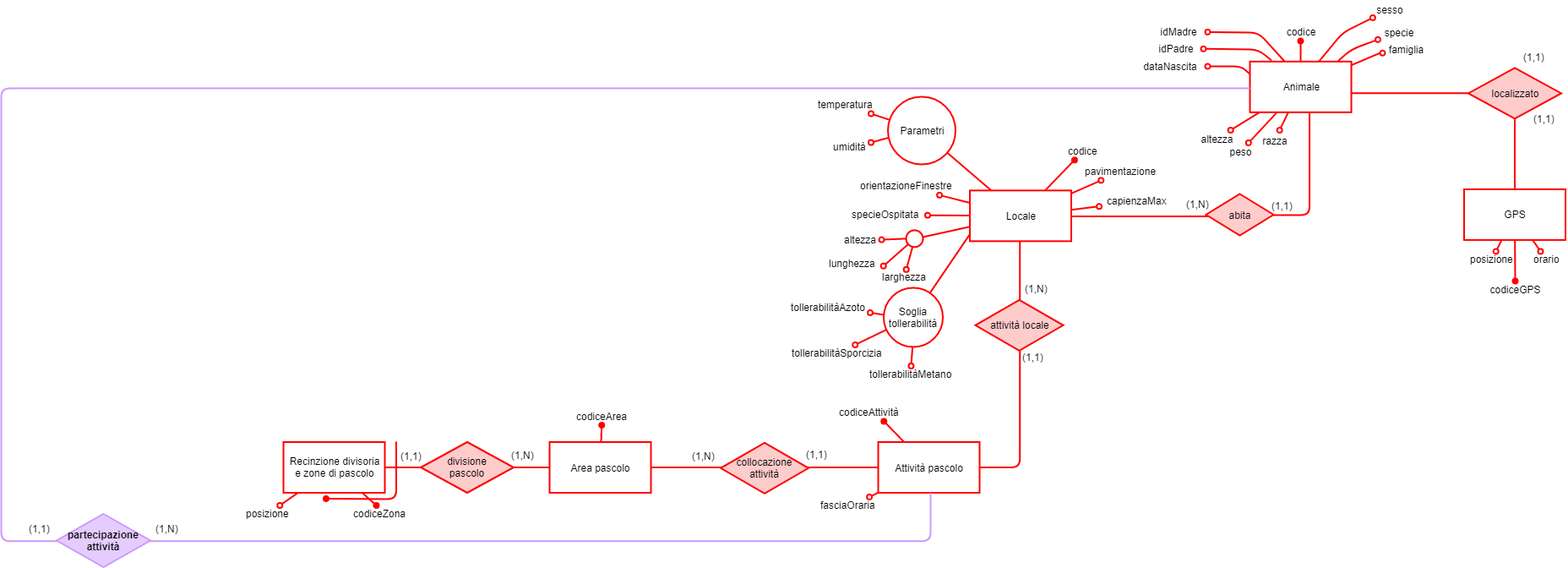
Above: operazioni/schemi_parziali/operazione-8.png in glmquint/Farmhouse (draw.io), before the change. Source tidied: cells renumbered, new cells last; positions are measured from the earlier drawing's top-left corner, leaving out a move shared by most shapes.
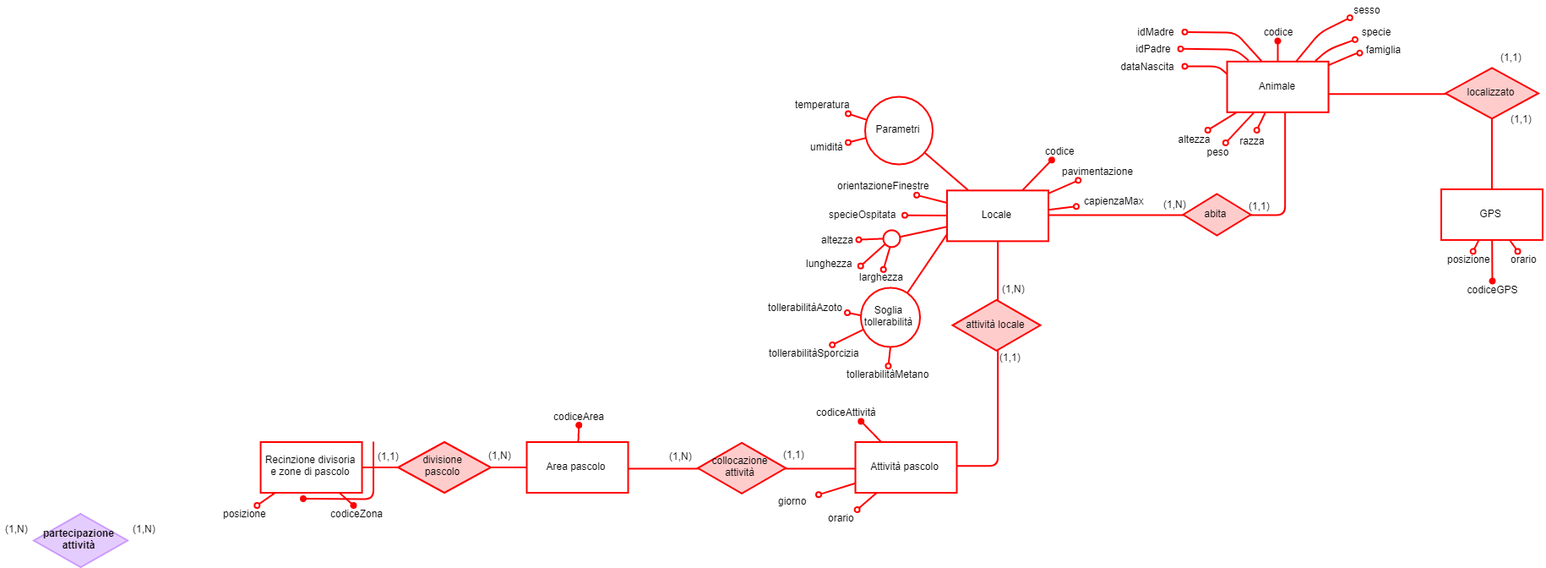
Above is the later version.

Change to the diagram source:
```diff
@@ -300,8 +300,8 @@
     <mxCell id="84" style="edgeStyle=none;rounded=1;jettySize=auto;html=1;endArrow=oval;endFill=1;strokeColor=#FF0000;strokeWidth=2;" parent="1" edge="1" source="87" target="83">
       <mxGeometry relative="1" as="geometry" />
     </mxCell>
-    <mxCell id="85" value="fasciaOraria" style="text;html=1;points=[];align=left;verticalAlign=top;spacingTop=-4;" parent="1" vertex="1">
-      <mxGeometry x="967.5" y="587.5" width="80" height="20" as="geometry" />
+    <mxCell id="85" value="giorno" style="text;html=1;points=[];align=left;verticalAlign=top;spacingTop=-4;" parent="1" vertex="1">
+      <mxGeometry x="944.5" y="582.5" width="50" height="20" as="geometry" />
     </mxCell>
     <mxCell id="86" style="edgeStyle=none;rounded=1;jettySize=auto;html=1;endArrow=oval;endFill=0;strokeColor=#FF0000;strokeWidth=2;" parent="1" edge="1" source="87" target="85">
       <mxGeometry relative="1" as="geometry" />
@@ -309,87 +309,78 @@
     <mxCell id="87" value="Attività pascolo" style="rounded=0;whiteSpace=wrap;html=1;align=center;strokeColor=#FF0000;strokeWidth=2;" parent="1" vertex="1">
       <mxGeometry x="1038" y="522.5" width="120" height="60" as="geometry" />
     </mxCell>
-    <mxCell id="88" style="edgeStyle=orthogonalEdgeStyle;rounded=1;jettySize=auto;html=1;endArrow=none;endFill=0;strokeColor=#CC99FF;strokeWidth=2;" parent="1" edge="1" source="87" target="6">
+    <mxCell id="88" style="rounded=1;comic=0;jumpSize=11;jettySize=auto;html=1;startArrow=none;startFill=0;endArrow=none;endFill=0;strokeColor=#FF0000;strokeWidth=2;edgeStyle=orthogonalEdgeStyle;" parent="1" edge="1" source="5" target="87">
       <mxGeometry relative="1" as="geometry">
         <Array as="points">
-          <mxPoint x="1100" y="640" />
+          <mxPoint x="967.5" y="553" />
+          <mxPoint x="967.5" y="553" />
         </Array>
       </mxGeometry>
     </mxCell>
-    <mxCell id="89" style="rounded=1;comic=0;jumpSize=11;jettySize=auto;html=1;startArrow=none;startFill=0;endArrow=none;endFill=0;strokeColor=#FF0000;strokeWidth=2;edgeStyle=orthogonalEdgeStyle;" parent="1" edge="1" source="5" target="87">
-      <mxGeometry relative="1" as="geometry">
-        <Array as="points">
-          <mxPoint x="967.5" y="553" />
-          <mxPoint x="967.5" y="553" />
-        </Array>
-      </mxGeometry>
+    <mxCell id="89" value="(1,1)&lt;br&gt;" style="text;html=1;align=center;verticalAlign=top;spacingTop=-4;" parent="1" vertex="1">
+      <mxGeometry x="945.1" y="528" width="40" height="20" as="geometry" />
     </mxCell>
-    <mxCell id="90" value="(1,1)&lt;br&gt;" style="text;html=1;align=center;verticalAlign=top;spacingTop=-4;" parent="1" vertex="1">
-      <mxGeometry x="945.1" y="528" width="40" height="20" as="geometry" />
+    <mxCell id="90" value="(1,N)" style="text;html=1;align=center;verticalAlign=top;spacingTop=-4;" parent="1" vertex="1">
+      <mxGeometry x="811.5" y="530" width="40" height="20" as="geometry" />
     </mxCell>
-    <mxCell id="91" value="(1,N)" style="text;html=1;align=center;verticalAlign=top;spacingTop=-4;" parent="1" vertex="1">
-      <mxGeometry x="811.5" y="530" width="40" height="20" as="geometry" />
+    <mxCell id="91" style="edgeStyle=orthogonalEdgeStyle;rounded=1;jettySize=auto;html=1;endArrow=none;endFill=0;strokeColor=#FF0000;strokeWidth=2;" parent="1" edge="1" source="5" target="4">
+      <mxGeometry relative="1" as="geometry">
+        <Array as="points">
+          <mxPoint x="827.5" y="553" />
+          <mxPoint x="827.5" y="553" />
+        </Array>
+      </mxGeometry>
     </mxCell>
-    <mxCell id="92" style="edgeStyle=orthogonalEdgeStyle;rounded=1;jettySize=auto;html=1;endArrow=none;endFill=0;strokeColor=#FF0000;strokeWidth=2;" parent="1" edge="1" source="5" target="4">
-      <mxGeometry relative="1" as="geometry">
-        <Array as="points">
-          <mxPoint x="827.5" y="553" />
-          <mxPoint x="827.5" y="553" />
-        </Array>
-      </mxGeometry>
+    <mxCell id="92" value="codiceArea" style="text;html=1;points=[];align=center;verticalAlign=top;spacingTop=-4;" parent="1" vertex="1">
+      <mxGeometry x="671" y="482.5" width="80" height="20" as="geometry" />
     </mxCell>
-    <mxCell id="93" value="codiceArea" style="text;html=1;points=[];align=center;verticalAlign=top;spacingTop=-4;" parent="1" vertex="1">
-      <mxGeometry x="671" y="482.5" width="80" height="20" as="geometry" />
+    <mxCell id="93" style="edgeStyle=none;rounded=1;jettySize=auto;html=1;endArrow=oval;endFill=1;strokeColor=#FF0000;strokeWidth=2;" parent="1" edge="1" source="4" target="92">
+      <mxGeometry relative="1" as="geometry" />
     </mxCell>
-    <mxCell id="94" style="edgeStyle=none;rounded=1;jettySize=auto;html=1;endArrow=oval;endFill=1;strokeColor=#FF0000;strokeWidth=2;" parent="1" edge="1" source="4" target="93">
-      <mxGeometry relative="1" as="geometry" />
+    <mxCell id="94" value="(1,N)&lt;br&gt;" style="text;html=1;align=center;verticalAlign=top;spacingTop=-4;" parent="1" vertex="1">
+      <mxGeometry x="597.5" y="528.5" width="40" height="20" as="geometry" />
     </mxCell>
-    <mxCell id="95" value="(1,N)&lt;br&gt;" style="text;html=1;align=center;verticalAlign=top;spacingTop=-4;" parent="1" vertex="1">
-      <mxGeometry x="597.5" y="528.5" width="40" height="20" as="geometry" />
+    <mxCell id="95" style="edgeStyle=none;rounded=1;jettySize=auto;html=1;endArrow=none;endFill=0;strokeColor=#FF0000;strokeWidth=2;" parent="1" edge="1" source="4" target="3">
+      <mxGeometry relative="1" as="geometry" />
     </mxCell>
-    <mxCell id="96" style="edgeStyle=none;rounded=1;jettySize=auto;html=1;endArrow=none;endFill=0;strokeColor=#FF0000;strokeWidth=2;" parent="1" edge="1" source="4" target="3">
-      <mxGeometry relative="1" as="geometry" />
+    <mxCell id="96" value="(1,1)&lt;br&gt;" style="text;html=1;align=center;verticalAlign=top;spacingTop=-4;" parent="1" vertex="1">
+      <mxGeometry x="465.5" y="530" width="40" height="20" as="geometry" />
     </mxCell>
-    <mxCell id="97" value="(1,1)&lt;br&gt;" style="text;html=1;align=center;verticalAlign=top;spacingTop=-4;" parent="1" vertex="1">
-      <mxGeometry x="465.5" y="530" width="40" height="20" as="geometry" />
+    <mxCell id="97" style="edgeStyle=none;rounded=1;jettySize=auto;html=1;endArrow=none;endFill=0;strokeColor=#FF0000;strokeWidth=2;" parent="1" edge="1" source="3" target="2">
+      <mxGeometry relative="1" as="geometry" />
     </mxCell>
-    <mxCell id="98" style="edgeStyle=none;rounded=1;jettySize=auto;html=1;endArrow=none;endFill=0;strokeColor=#FF0000;strokeWidth=2;" parent="1" edge="1" source="3" target="2">
-      <mxGeometry relative="1" as="geometry" />
+    <mxCell id="98" style="endArrow=oval;html=1;endFill=1;strokeColor=#FF0000;strokeWidth=2;" parent="1" edge="1">
+      <mxGeometry relative="1" as="geometry">
+        <mxPoint x="467.5" y="522" as="sourcePoint" />
+        <mxPoint x="384.5" y="589.5" as="targetPoint" />
+        <Array as="points">
+          <mxPoint x="467.5" y="590" />
+        </Array>
+      </mxGeometry>
     </mxCell>
-    <mxCell id="99" style="endArrow=oval;html=1;endFill=1;strokeColor=#FF0000;strokeWidth=2;" parent="1" edge="1">
-      <mxGeometry relative="1" as="geometry">
-        <mxPoint x="467.5" y="522" as="sourcePoint" />
-        <mxPoint x="384.5" y="589.5" as="targetPoint" />
-        <Array as="points">
-          <mxPoint x="467.5" y="590" />
-        </Array>
-      </mxGeometry>
+    <mxCell id="99" value="codiceZona" style="text;html=1;points=[];align=left;verticalAlign=top;spacingTop=-4;" parent="1" vertex="1">
+      <mxGeometry x="415" y="597.5" width="80" height="20" as="geometry" />
     </mxCell>
-    <mxCell id="100" value="codiceZona" style="text;html=1;points=[];align=left;verticalAlign=top;spacingTop=-4;" parent="1" vertex="1">
-      <mxGeometry x="415" y="597.5" width="80" height="20" as="geometry" />
+    <mxCell id="100" style="edgeStyle=none;rounded=0;jettySize=auto;html=1;endArrow=oval;endFill=1;strokeColor=#FF0000;strokeWidth=2;" parent="1" edge="1" source="2" target="99">
+      <mxGeometry relative="1" as="geometry" />
     </mxCell>
-    <mxCell id="101" style="edgeStyle=none;rounded=0;jettySize=auto;html=1;endArrow=oval;endFill=1;strokeColor=#FF0000;strokeWidth=2;" parent="1" edge="1" source="2" target="100">
+    <mxCell id="101" style="edgeStyle=none;rounded=0;jettySize=auto;html=1;endArrow=oval;endFill=0;strokeColor=#FF0000;strokeWidth=2;" parent="1" edge="1" source="2" target="102">
       <mxGeometry relative="1" as="geometry" />
     </mxCell>
-    <mxCell id="102" style="edgeStyle=none;rounded=0;jettySize=auto;html=1;endArrow=oval;endFill=0;strokeColor=#FF0000;strokeWidth=2;" parent="1" edge="1" source="2" target="103">
-      <mxGeometry relative="1" as="geometry" />
+    <mxCell id="102" value="posizione" style="text;html=1;points=[];align=center;verticalAlign=top;spacingTop=-4;" parent="1" vertex="1">
+      <mxGeometry x="280.5" y="597.5" width="70" height="20" as="geometry" />
     </mxCell>
-    <mxCell id="103" value="posizione" style="text;html=1;points=[];align=center;verticalAlign=top;spacingTop=-4;" parent="1" vertex="1">
-      <mxGeometry x="280.5" y="597.5" width="70" height="20" as="geometry" />
+    <mxCell id="103" value="(1,N)" style="text;html=1;points=[];align=center;verticalAlign=top;spacingTop=-4;" parent="1" vertex="1">
+      <mxGeometry x="25.6" y="616.5" width="40" height="20" as="geometry" />
     </mxCell>
-    <mxCell id="104" value="(1,1)&lt;br&gt;" style="text;html=1;align=center;verticalAlign=top;spacingTop=-4;" parent="1" vertex="1">
-      <mxGeometry x="25.6" y="616.5" width="40" height="20" as="geometry" />
+    <mxCell id="104" value="(1,N)" style="text;html=1;align=center;verticalAlign=top;spacingTop=-4;" parent="1" vertex="1">
+      <mxGeometry x="176" y="616.5" width="40" height="20" as="geometry" />
     </mxCell>
-    <mxCell id="105" style="edgeStyle=orthogonalEdgeStyle;rounded=1;jettySize=auto;html=1;endArrow=none;endFill=0;strokeColor=#CC99FF;strokeWidth=2;" parent="1" edge="1" source="6" target="10">
-      <mxGeometry relative="1" as="geometry">
-        <Array as="points">
-          <mxPoint y="640" />
-          <mxPoint y="104" />
-        </Array>
-      </mxGeometry>
+    <mxCell id="105" value="orario" style="text;html=1;points=[];align=left;verticalAlign=top;spacingTop=-4;" parent="1" vertex="1">
+      <mxGeometry x="1003.5" y="602.5" width="50" height="20" as="geometry" />
     </mxCell>
-    <mxCell id="106" value="(1,N)" style="text;html=1;align=center;verticalAlign=top;spacingTop=-4;" parent="1" vertex="1">
-      <mxGeometry x="176" y="616.5" width="40" height="20" as="geometry" />
+    <mxCell id="106" style="edgeStyle=none;rounded=1;jettySize=auto;html=1;endArrow=oval;endFill=0;strokeColor=#FF0000;strokeWidth=2;" parent="1" edge="1" source="87" target="105">
+      <mxGeometry relative="1" as="geometry" />
     </mxCell>
   </root>
 </mxGraphModel>
```
